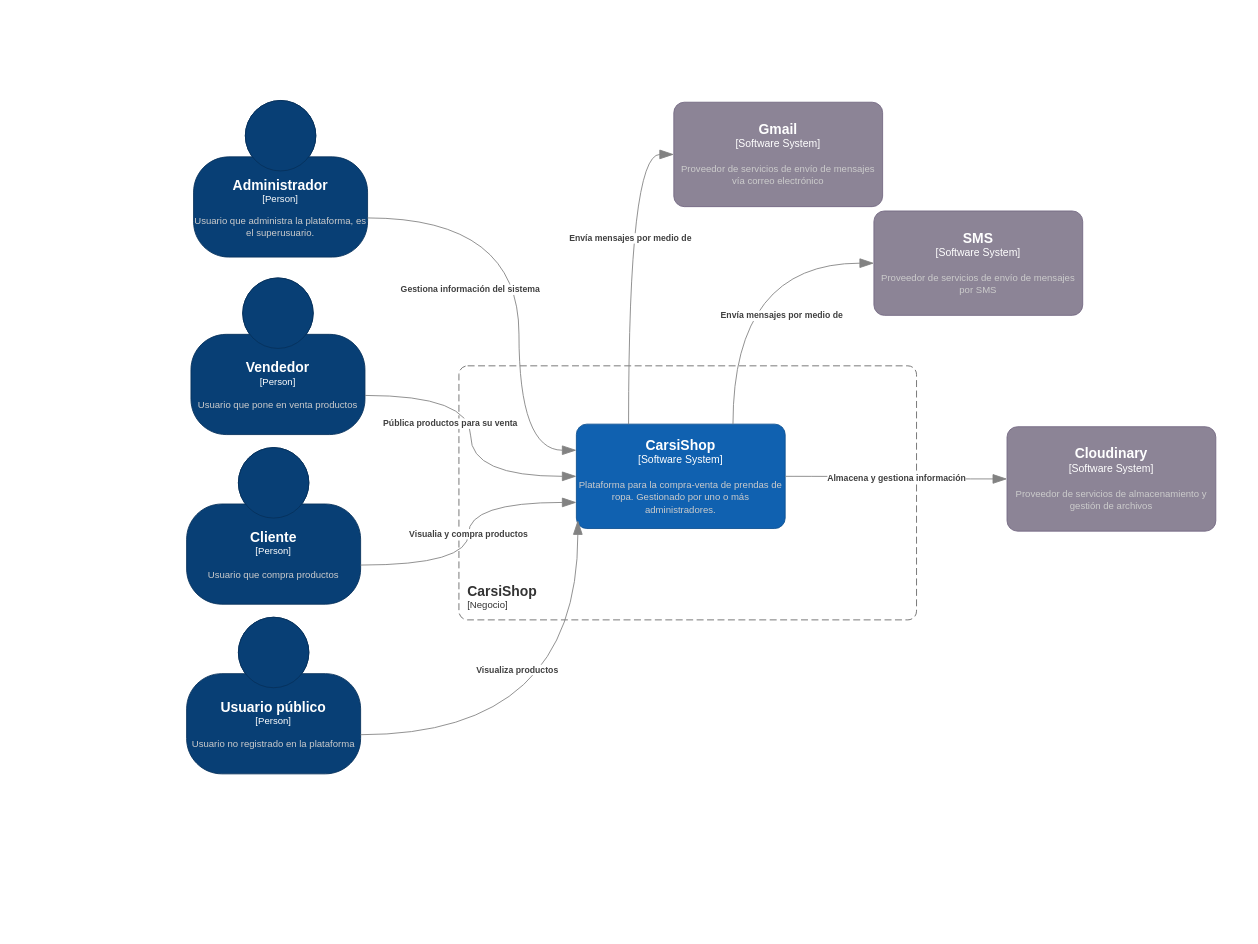
Above: page "Contexto" (1 of 5) of Diagrama/c4CarsiShop.drawio in EmilianoChofis/c4CarsiShop (draw.io), before the change. Source tidied: cells renumbered, new cells numbered last; positions are measured from the earlier drawing's top-left corner, leaving out a move shared by most shapes. Both pictures are drawn from the tidied source at 87%, with x=0, y=0 at pixel (186, 100).
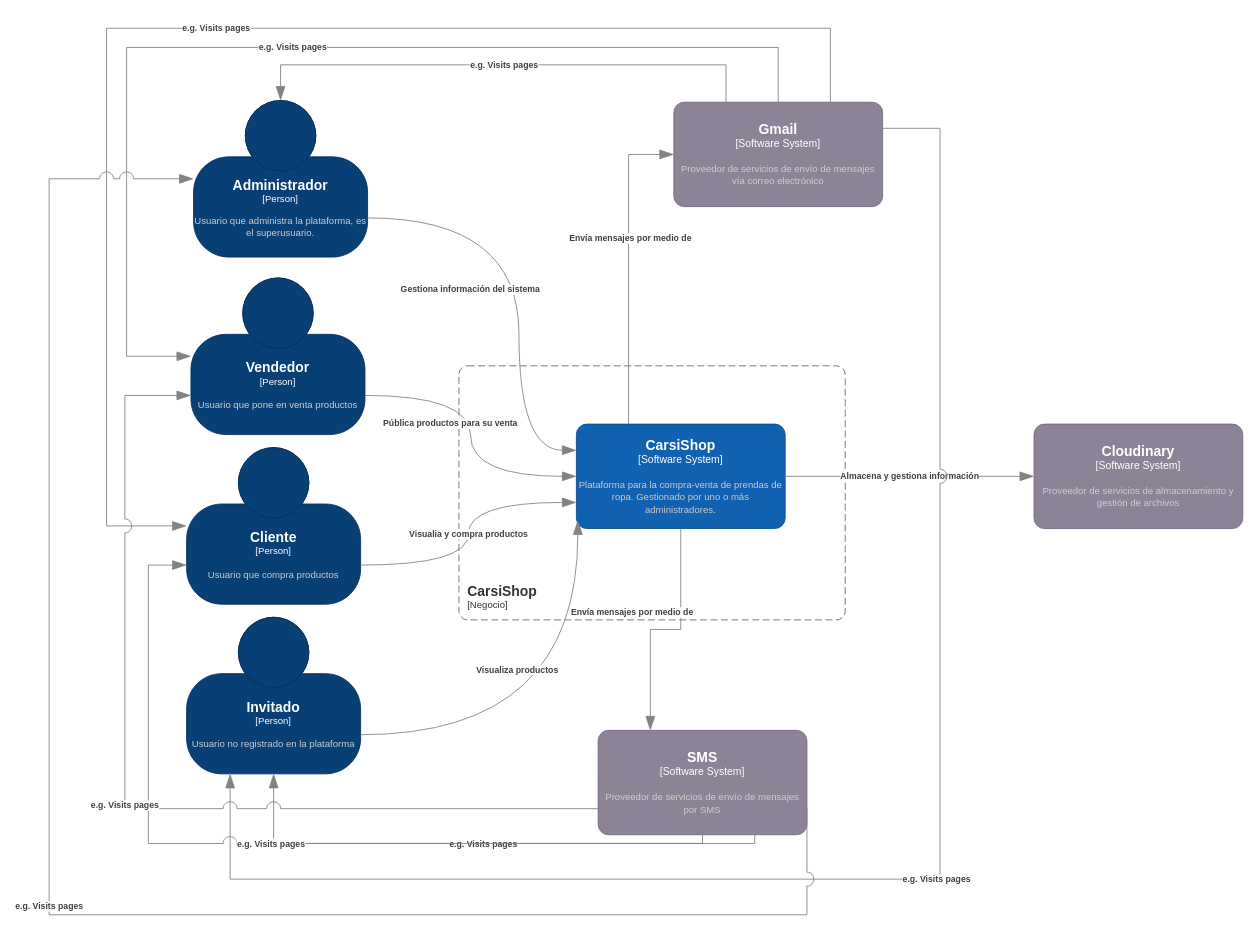
The same page after the edit.

Unchanged cells that the change refers to:
```xml
<object id="2" label="&lt;font style=&quot;font-size: 16px&quot;&gt;&lt;b&gt;%c4Name%&lt;/b&gt;&lt;/font&gt;&lt;div&gt;[%c4Type%]&lt;/div&gt;&lt;br&gt;&lt;div&gt;&lt;font style=&quot;font-size: 11px&quot;&gt;&lt;font color=&quot;#cccccc&quot;&gt;%c4Description%&lt;/font&gt;&lt;/div&gt;" c4Description="Usuario que pone en venta productos" c4Name="Vendedor" c4Type="Person" placeholders="1">
  <mxCell style="html=1;fontSize=11;dashed=0;whiteSpace=wrap;fillColor=#083F75;strokeColor=#06315C;fontColor=#ffffff;shape=mxgraph.c4.person2;align=center;points=[[0.5,0,0],[1,0.5,0],[1,0.75,0],[0.75,1,0],[0.5,1,0],[0.25,1,0],[0,0.75,0],[0,0.5,0]];" parent="1" vertex="1">
    <mxGeometry x="5" y="204" width="200" height="180" as="geometry" />
  </mxCell>
</object>
<object id="3" label="&lt;font style=&quot;font-size: 16px&quot;&gt;&lt;b&gt;%c4Name%&lt;/b&gt;&lt;/font&gt;&lt;div&gt;[%c4Type%]&lt;/div&gt;&lt;br&gt;&lt;div&gt;&lt;font style=&quot;font-size: 11px&quot;&gt;&lt;font color=&quot;#cccccc&quot;&gt;%c4Description%&lt;/font&gt;&lt;/div&gt;" c4Description="Usuario que compra productos" c4Name="Cliente" c4Type="Person" placeholders="1">
  <mxCell style="html=1;fontSize=11;dashed=0;whiteSpace=wrap;fillColor=#083F75;strokeColor=#06315C;fontColor=#ffffff;shape=mxgraph.c4.person2;align=center;points=[[0.5,0,0],[1,0.5,0],[1,0.75,0],[0.75,1,0],[0.5,1,0],[0.25,1,0],[0,0.75,0],[0,0.5,0]];" parent="1" vertex="1">
    <mxGeometry y="399" width="200" height="180" as="geometry" />
  </mxCell>
</object>
<object id="5" label="&lt;font style=&quot;font-size: 16px&quot;&gt;&lt;b&gt;%c4Name%&lt;/b&gt;&lt;/font&gt;&lt;div&gt;[%c4Type%]&lt;/div&gt;&lt;br&gt;&lt;div&gt;&lt;font style=&quot;font-size: 11px&quot;&gt;&lt;font color=&quot;#cccccc&quot;&gt;%c4Description%&lt;/font&gt;&lt;/div&gt;" c4Description="Usuario que administra la plataforma, es el superusuario. " c4Name="Administrador" c4Type="Person" placeholders="1">
  <mxCell style="html=1;fontSize=11;dashed=0;whiteSpace=wrap;fillColor=#083F75;strokeColor=#06315C;fontColor=#ffffff;shape=mxgraph.c4.person2;align=center;points=[[0.5,0,0],[1,0.5,0],[1,0.75,0],[0.75,1,0],[0.5,1,0],[0.25,1,0],[0,0.75,0],[0,0.5,0]];" parent="1" vertex="1">
    <mxGeometry x="8" width="200" height="180" as="geometry" />
  </mxCell>
</object>
<object id="7" label="&lt;font style=&quot;font-size: 16px&quot;&gt;&lt;b&gt;%c4Name%&lt;/b&gt;&lt;/font&gt;&lt;div&gt;[%c4Type%]&lt;/div&gt;&lt;br&gt;&lt;div&gt;&lt;font style=&quot;font-size: 11px&quot;&gt;&lt;font color=&quot;#cccccc&quot;&gt;%c4Description%&lt;/font&gt;&lt;/div&gt;" c4Description="Plataforma para la compra-venta de prendas de ropa. Gestionado por uno o más administradores." c4Name="CarsiShop" c4Type="Software System" placeholders="1">
  <mxCell style="rounded=1;whiteSpace=wrap;html=1;labelBackgroundColor=none;fillColor=#1061B0;fontColor=#ffffff;align=center;arcSize=10;strokeColor=#0D5091;points=[[0.25,0,0],[0.5,0,0],[0.75,0,0],[1,0.25,0],[1,0.5,0],[1,0.75,0],[0.75,1,0],[0.5,1,0],[0.25,1,0],[0,0.75,0],[0,0.5,0],[0,0.25,0]];" parent="1" vertex="1">
    <mxGeometry x="448" y="372" width="240" height="120" as="geometry" />
  </mxCell>
</object>
<object id="8" label="&lt;font style=&quot;font-size: 16px&quot;&gt;&lt;b&gt;%c4Name%&lt;/b&gt;&lt;/font&gt;&lt;div&gt;[%c4Type%]&lt;/div&gt;&lt;br&gt;&lt;div&gt;&lt;font style=&quot;font-size: 11px&quot;&gt;&lt;font color=&quot;#cccccc&quot;&gt;%c4Description%&lt;/font&gt;&lt;/div&gt;" c4Description="Proveedor de servicios de envío de mensajes vía correo electrónico" c4Name="Gmail" c4Type="Software System" placeholders="1">
  <mxCell style="rounded=1;whiteSpace=wrap;html=1;labelBackgroundColor=none;fillColor=#8C8496;fontColor=#ffffff;align=center;arcSize=10;strokeColor=#736782;points=[[0.25,0,0],[0.5,0,0],[0.75,0,0],[1,0.25,0],[1,0.5,0],[1,0.75,0],[0.75,1,0],[0.5,1,0],[0.25,1,0],[0,0.75,0],[0,0.5,0],[0,0.25,0]];" parent="1" vertex="1">
    <mxGeometry x="560" y="2" width="240" height="120" as="geometry" />
  </mxCell>
</object>
```

Diff of the diagram source:
```diff
@@
-    <object id="4" label="&lt;font style=&quot;font-size: 16px&quot;&gt;&lt;b&gt;%c4Name%&lt;/b&gt;&lt;/font&gt;&lt;div&gt;[%c4Type%]&lt;/div&gt;&lt;br&gt;&lt;div&gt;&lt;font style=&quot;font-size: 11px&quot;&gt;&lt;font color=&quot;#cccccc&quot;&gt;%c4Description%&lt;/font&gt;&lt;/div&gt;" c4Description="Usuario no registrado en la plataforma" c4Name="Usuario público" c4Type="Person" placeholders="1">
+    <object id="4" label="&lt;font style=&quot;font-size: 16px&quot;&gt;&lt;b&gt;%c4Name%&lt;/b&gt;&lt;/font&gt;&lt;div&gt;[%c4Type%]&lt;/div&gt;&lt;br&gt;&lt;div&gt;&lt;font style=&quot;font-size: 11px&quot;&gt;&lt;font color=&quot;#cccccc&quot;&gt;%c4Description%&lt;/font&gt;&lt;/div&gt;" c4Description="Usuario no registrado en la plataforma" c4Name="Invitado" c4Type="Person" placeholders="1">
       <mxCell style="html=1;fontSize=11;dashed=0;whiteSpace=wrap;fillColor=#083F75;strokeColor=#06315C;fontColor=#ffffff;shape=mxgraph.c4.person2;align=center;points=[[0.5,0,0],[1,0.5,0],[1,0.75,0],[0.75,1,0],[0.5,1,0],[0.25,1,0],[0,0.75,0],[0,0.5,0]];" parent="1" vertex="1">
         <mxGeometry y="594" width="200" height="180" as="geometry" />
       </mxCell>
     </object>
@@
     <object id="6" label="&lt;font style=&quot;font-size: 16px&quot;&gt;&lt;b&gt;&lt;div style=&quot;text-align: left&quot;&gt;%c4Name%&lt;/div&gt;&lt;/b&gt;&lt;/font&gt;&lt;div style=&quot;text-align: left&quot;&gt;[%c4Application%]&lt;/div&gt;" c4Application="Negocio" c4Name="CarsiShop" placeholders="1">
       <mxCell style="rounded=1;fontSize=11;whiteSpace=wrap;html=1;dashed=1;arcSize=20;fillColor=none;strokeColor=#666666;fontColor=#333333;labelBackgroundColor=none;align=left;verticalAlign=bottom;labelBorderColor=none;spacingTop=0;spacing=10;dashPattern=8 4;perimeter=rectanglePerimeter;noLabel=0;labelPadding=0;absoluteArcSize=1;" parent="1" vertex="1">
-        <mxGeometry x="313" y="305" width="526" height="292" as="geometry" />
+        <mxGeometry x="313" y="305" width="444" height="292" as="geometry" />
       </mxCell>
     </object>
@@
     <object id="9" label="&lt;font style=&quot;font-size: 16px&quot;&gt;&lt;b&gt;%c4Name%&lt;/b&gt;&lt;/font&gt;&lt;div&gt;[%c4Type%]&lt;/div&gt;&lt;br&gt;&lt;div&gt;&lt;font style=&quot;font-size: 11px&quot;&gt;&lt;font color=&quot;#cccccc&quot;&gt;%c4Description%&lt;/font&gt;&lt;/div&gt;" c4Description="Proveedor de servicios de almacenamiento y gestión de archivos" c4Name="Cloudinary" c4Type="Software System" placeholders="1">
       <mxCell style="rounded=1;whiteSpace=wrap;html=1;labelBackgroundColor=none;fillColor=#8C8496;fontColor=#ffffff;align=center;arcSize=10;strokeColor=#736782;points=[[0.25,0,0],[0.5,0,0],[0.75,0,0],[1,0.25,0],[1,0.5,0],[1,0.75,0],[0.75,1,0],[0.5,1,0],[0.25,1,0],[0,0.75,0],[0,0.5,0],[0,0.25,0]];" parent="1" vertex="1">
-        <mxGeometry x="943" y="375" width="240" height="120" as="geometry" />
+        <mxGeometry x="974" y="372" width="240" height="120" as="geometry" />
       </mxCell>
     </object>
     <object id="10" label="&lt;font style=&quot;font-size: 16px&quot;&gt;&lt;b&gt;%c4Name%&lt;/b&gt;&lt;/font&gt;&lt;div&gt;[%c4Type%]&lt;/div&gt;&lt;br&gt;&lt;div&gt;&lt;font style=&quot;font-size: 11px&quot;&gt;&lt;font color=&quot;#cccccc&quot;&gt;%c4Description%&lt;/font&gt;&lt;/div&gt;" c4Description="Proveedor de servicios de envío de mensajes por SMS" c4Name="SMS " c4Type="Software System" placeholders="1">
       <mxCell style="rounded=1;whiteSpace=wrap;html=1;labelBackgroundColor=none;fillColor=#8C8496;fontColor=#ffffff;align=center;arcSize=10;strokeColor=#736782;points=[[0.25,0,0],[0.5,0,0],[0.75,0,0],[1,0.25,0],[1,0.5,0],[1,0.75,0],[0.75,1,0],[0.5,1,0],[0.25,1,0],[0,0.75,0],[0,0.5,0],[0,0.25,0]];" parent="1" vertex="1">
-        <mxGeometry x="790" y="127" width="240" height="120" as="geometry" />
+        <mxGeometry x="473" y="724" width="240" height="120" as="geometry" />
       </mxCell>
     </object>
     <object id="11" label="&lt;div style=&quot;text-align: left&quot;&gt;&lt;div style=&quot;text-align: center&quot;&gt;&lt;b&gt;%c4Description%&lt;/b&gt;&lt;/div&gt;" c4Description="Envía mensajes por medio de" placeholders="1">
-      <mxCell style="endArrow=blockThin;html=1;fontSize=10;fontColor=#404040;strokeWidth=1;endFill=1;strokeColor=#828282;elbow=vertical;endSize=14;startSize=14;jumpStyle=arc;jumpSize=16;rounded=0;edgeStyle=orthogonalEdgeStyle;curved=1;entryX=0;entryY=0.5;entryDx=0;entryDy=0;entryPerimeter=0;exitX=0.75;exitY=0;exitDx=0;exitDy=0;exitPerimeter=0;" parent="1" edge="1" source="7" target="10">
+      <mxCell style="endArrow=blockThin;html=1;fontSize=10;fontColor=#404040;strokeWidth=1;endFill=1;strokeColor=#828282;elbow=vertical;endSize=14;startSize=14;jumpStyle=arc;jumpSize=16;rounded=0;edgeStyle=orthogonalEdgeStyle;entryX=0.25;entryY=0;entryDx=0;entryDy=0;entryPerimeter=0;exitX=0.5;exitY=1;exitDx=0;exitDy=0;exitPerimeter=0;" parent="1" edge="1" source="7" target="10">
         <mxGeometry x="-0.28" y="-56" relative="1" as="geometry" />
       </mxCell>
     </object>
     <object id="12" label="&lt;div style=&quot;text-align: left&quot;&gt;&lt;div style=&quot;text-align: center&quot;&gt;&lt;b&gt;%c4Description%&lt;/b&gt;&lt;/div&gt;" c4Description="Envía mensajes por medio de" placeholders="1">
-      <mxCell style="endArrow=blockThin;html=1;fontSize=10;fontColor=#404040;strokeWidth=1;endFill=1;strokeColor=#828282;elbow=vertical;endSize=14;startSize=14;jumpStyle=arc;jumpSize=16;rounded=0;edgeStyle=orthogonalEdgeStyle;curved=1;entryX=0;entryY=0.5;entryDx=0;entryDy=0;entryPerimeter=0;exitX=0.25;exitY=0;exitDx=0;exitDy=0;exitPerimeter=0;" parent="1" edge="1" source="7" target="8">
+      <mxCell style="endArrow=blockThin;html=1;fontSize=10;fontColor=#404040;strokeWidth=1;endFill=1;strokeColor=#828282;elbow=vertical;endSize=14;startSize=14;jumpStyle=arc;jumpSize=16;rounded=0;edgeStyle=orthogonalEdgeStyle;entryX=0;entryY=0.5;entryDx=0;entryDy=0;entryPerimeter=0;exitX=0.25;exitY=0;exitDx=0;exitDy=0;exitPerimeter=0;" parent="1" edge="1" source="7" target="8">
         <mxGeometry x="0.18" y="-2" relative="1" as="geometry" />
       </mxCell>
     </object>
     <object id="13" label="&lt;div style=&quot;text-align: left&quot;&gt;&lt;div style=&quot;text-align: center&quot;&gt;&lt;b&gt;%c4Description%&lt;/b&gt;&lt;/div&gt;" c4Description="Almacena y gestiona información" placeholders="1">
-      <mxCell style="endArrow=blockThin;html=1;fontSize=10;fontColor=#404040;strokeWidth=1;endFill=1;strokeColor=#828282;elbow=vertical;endSize=14;startSize=14;jumpStyle=arc;jumpSize=16;rounded=0;edgeStyle=orthogonalEdgeStyle;curved=1;entryX=0;entryY=0.5;entryDx=0;entryDy=0;entryPerimeter=0;exitX=1;exitY=0.5;exitDx=0;exitDy=0;exitPerimeter=0;" parent="1" edge="1" source="7" target="9">
+      <mxCell style="endArrow=blockThin;html=1;fontSize=10;fontColor=#404040;strokeWidth=1;endFill=1;strokeColor=#828282;elbow=vertical;endSize=14;startSize=14;jumpStyle=arc;jumpSize=16;rounded=0;edgeStyle=orthogonalEdgeStyle;entryX=0;entryY=0.5;entryDx=0;entryDy=0;entryPerimeter=0;exitX=1;exitY=0.5;exitDx=0;exitDy=0;exitPerimeter=0;" parent="1" edge="1" source="7" target="9">
         <mxGeometry relative="1" as="geometry" />
       </mxCell>
     </object>
@@
+    <object id="18" label="&lt;div style=&quot;text-align: left&quot;&gt;&lt;div style=&quot;text-align: center&quot;&gt;&lt;b&gt;%c4Description%&lt;/b&gt;&lt;/div&gt;" c4Description="e.g. Visits pages" placeholders="1">
+      <mxCell style="endArrow=blockThin;html=1;fontSize=10;fontColor=#404040;strokeWidth=1;endFill=1;strokeColor=#828282;elbow=vertical;endSize=14;startSize=14;jumpStyle=arc;jumpSize=16;rounded=0;edgeStyle=orthogonalEdgeStyle;exitX=0.25;exitY=0;exitDx=0;exitDy=0;exitPerimeter=0;entryX=0.5;entryY=0;entryDx=0;entryDy=0;entryPerimeter=0;" parent="1" edge="1" source="8" target="5">
+        <mxGeometry relative="1" as="geometry">
+          <Array as="points">
+            <mxPoint x="620" y="-41" />
+            <mxPoint x="108" y="-41" />
+          </Array>
+        </mxGeometry>
+      </mxCell>
+    </object>
+    <object id="19" label="&lt;div style=&quot;text-align: left&quot;&gt;&lt;div style=&quot;text-align: center&quot;&gt;&lt;b&gt;%c4Description%&lt;/b&gt;&lt;/div&gt;" c4Description="e.g. Visits pages" placeholders="1">
+      <mxCell style="endArrow=blockThin;html=1;fontSize=10;fontColor=#404040;strokeWidth=1;endFill=1;strokeColor=#828282;elbow=vertical;endSize=14;startSize=14;jumpStyle=arc;jumpSize=16;rounded=0;edgeStyle=orthogonalEdgeStyle;exitX=0.5;exitY=0;exitDx=0;exitDy=0;exitPerimeter=0;entryX=0;entryY=0.5;entryDx=0;entryDy=0;entryPerimeter=0;" parent="1" edge="1" source="8" target="2">
+        <mxGeometry relative="1" as="geometry">
+          <Array as="points">
+            <mxPoint x="680" y="-61" />
+            <mxPoint x="-69" y="-61" />
+            <mxPoint x="-69" y="294" />
+          </Array>
+        </mxGeometry>
+      </mxCell>
+    </object>
+    <object id="20" label="&lt;div style=&quot;text-align: left&quot;&gt;&lt;div style=&quot;text-align: center&quot;&gt;&lt;b&gt;%c4Description%&lt;/b&gt;&lt;/div&gt;" c4Description="e.g. Visits pages" placeholders="1">
+      <mxCell style="endArrow=blockThin;html=1;fontSize=10;fontColor=#404040;strokeWidth=1;endFill=1;strokeColor=#828282;elbow=vertical;endSize=14;startSize=14;jumpStyle=arc;jumpSize=16;rounded=0;edgeStyle=orthogonalEdgeStyle;exitX=0.75;exitY=0;exitDx=0;exitDy=0;exitPerimeter=0;entryX=0;entryY=0.5;entryDx=0;entryDy=0;entryPerimeter=0;" parent="1" edge="1" source="8" target="3">
+        <mxGeometry relative="1" as="geometry">
+          <Array as="points">
+            <mxPoint x="740" y="-83" />
+            <mxPoint x="-92" y="-83" />
+            <mxPoint x="-92" y="489" />
+          </Array>
+        </mxGeometry>
+      </mxCell>
+    </object>
+    <object id="21" label="&lt;div style=&quot;text-align: left&quot;&gt;&lt;div style=&quot;text-align: center&quot;&gt;&lt;b&gt;%c4Description%&lt;/b&gt;&lt;/div&gt;" c4Description="e.g. Visits pages" placeholders="1">
+      <mxCell style="endArrow=blockThin;html=1;fontSize=10;fontColor=#404040;strokeWidth=1;endFill=1;strokeColor=#828282;elbow=vertical;endSize=14;startSize=14;jumpStyle=arc;jumpSize=16;rounded=0;edgeStyle=orthogonalEdgeStyle;exitX=1;exitY=0.25;exitDx=0;exitDy=0;exitPerimeter=0;entryX=0.25;entryY=1;entryDx=0;entryDy=0;entryPerimeter=0;" parent="1" edge="1" source="8" target="4">
+        <mxGeometry relative="1" as="geometry">
+          <Array as="points">
+            <mxPoint x="866" y="32" />
+            <mxPoint x="866" y="895" />
+            <mxPoint x="50" y="895" />
+          </Array>
+        </mxGeometry>
+      </mxCell>
+    </object>
+    <object id="22" label="&lt;div style=&quot;text-align: left&quot;&gt;&lt;div style=&quot;text-align: center&quot;&gt;&lt;b&gt;%c4Description%&lt;/b&gt;&lt;/div&gt;" c4Description="e.g. Visits pages" placeholders="1">
+      <mxCell style="endArrow=blockThin;html=1;fontSize=10;fontColor=#404040;strokeWidth=1;endFill=1;strokeColor=#828282;elbow=vertical;endSize=14;startSize=14;jumpStyle=arc;jumpSize=16;rounded=0;edgeStyle=orthogonalEdgeStyle;exitX=0.75;exitY=1;exitDx=0;exitDy=0;exitPerimeter=0;entryX=0.5;entryY=1;entryDx=0;entryDy=0;entryPerimeter=0;" parent="1" edge="1" source="10" target="4">
+        <mxGeometry relative="1" as="geometry" />
+      </mxCell>
+    </object>
+    <object id="23" label="&lt;div style=&quot;text-align: left&quot;&gt;&lt;div style=&quot;text-align: center&quot;&gt;&lt;b&gt;%c4Description%&lt;/b&gt;&lt;/div&gt;" c4Description="e.g. Visits pages" placeholders="1">
+      <mxCell style="endArrow=blockThin;html=1;fontSize=10;fontColor=#404040;strokeWidth=1;endFill=1;strokeColor=#828282;elbow=vertical;endSize=14;startSize=14;jumpStyle=arc;jumpSize=16;rounded=0;edgeStyle=orthogonalEdgeStyle;exitX=0.5;exitY=1;exitDx=0;exitDy=0;exitPerimeter=0;entryX=0;entryY=0.75;entryDx=0;entryDy=0;entryPerimeter=0;" parent="1" edge="1" source="10" target="3">
+        <mxGeometry relative="1" as="geometry">
+          <Array as="points">
+            <mxPoint x="593" y="854" />
+            <mxPoint x="-44" y="854" />
+            <mxPoint x="-44" y="534" />
+          </Array>
+        </mxGeometry>
+      </mxCell>
+    </object>
+    <object id="24" label="&lt;div style=&quot;text-align: left&quot;&gt;&lt;div style=&quot;text-align: center&quot;&gt;&lt;b&gt;%c4Description%&lt;/b&gt;&lt;/div&gt;" c4Description="e.g. Visits pages" placeholders="1">
+      <mxCell style="endArrow=blockThin;html=1;fontSize=10;fontColor=#404040;strokeWidth=1;endFill=1;strokeColor=#828282;elbow=vertical;endSize=14;startSize=14;jumpStyle=arc;jumpSize=16;rounded=0;edgeStyle=orthogonalEdgeStyle;exitX=0;exitY=0.75;exitDx=0;exitDy=0;exitPerimeter=0;entryX=0;entryY=0.75;entryDx=0;entryDy=0;entryPerimeter=0;" parent="1" edge="1" source="10" target="2">
+        <mxGeometry relative="1" as="geometry">
+          <Array as="points">
+            <mxPoint x="-71" y="814" />
+            <mxPoint x="-71" y="339" />
+          </Array>
+        </mxGeometry>
+      </mxCell>
+    </object>
+    <object id="25" label="&lt;div style=&quot;text-align: left&quot;&gt;&lt;div style=&quot;text-align: center&quot;&gt;&lt;b&gt;%c4Description%&lt;/b&gt;&lt;/div&gt;" c4Description="e.g. Visits pages" placeholders="1">
+      <mxCell style="endArrow=blockThin;html=1;fontSize=10;fontColor=#404040;strokeWidth=1;endFill=1;strokeColor=#828282;elbow=vertical;endSize=14;startSize=14;jumpStyle=arc;jumpSize=16;rounded=0;edgeStyle=orthogonalEdgeStyle;entryX=0;entryY=0.5;entryDx=0;entryDy=0;entryPerimeter=0;exitX=1;exitY=0.75;exitDx=0;exitDy=0;exitPerimeter=0;" parent="1" edge="1" source="10" target="5">
+        <mxGeometry relative="1" as="geometry">
+          <Array as="points">
+            <mxPoint x="713" y="936" />
+            <mxPoint x="-158" y="936" />
+            <mxPoint x="-158" y="90" />
+          </Array>
+        </mxGeometry>
+      </mxCell>
+    </object>
```
